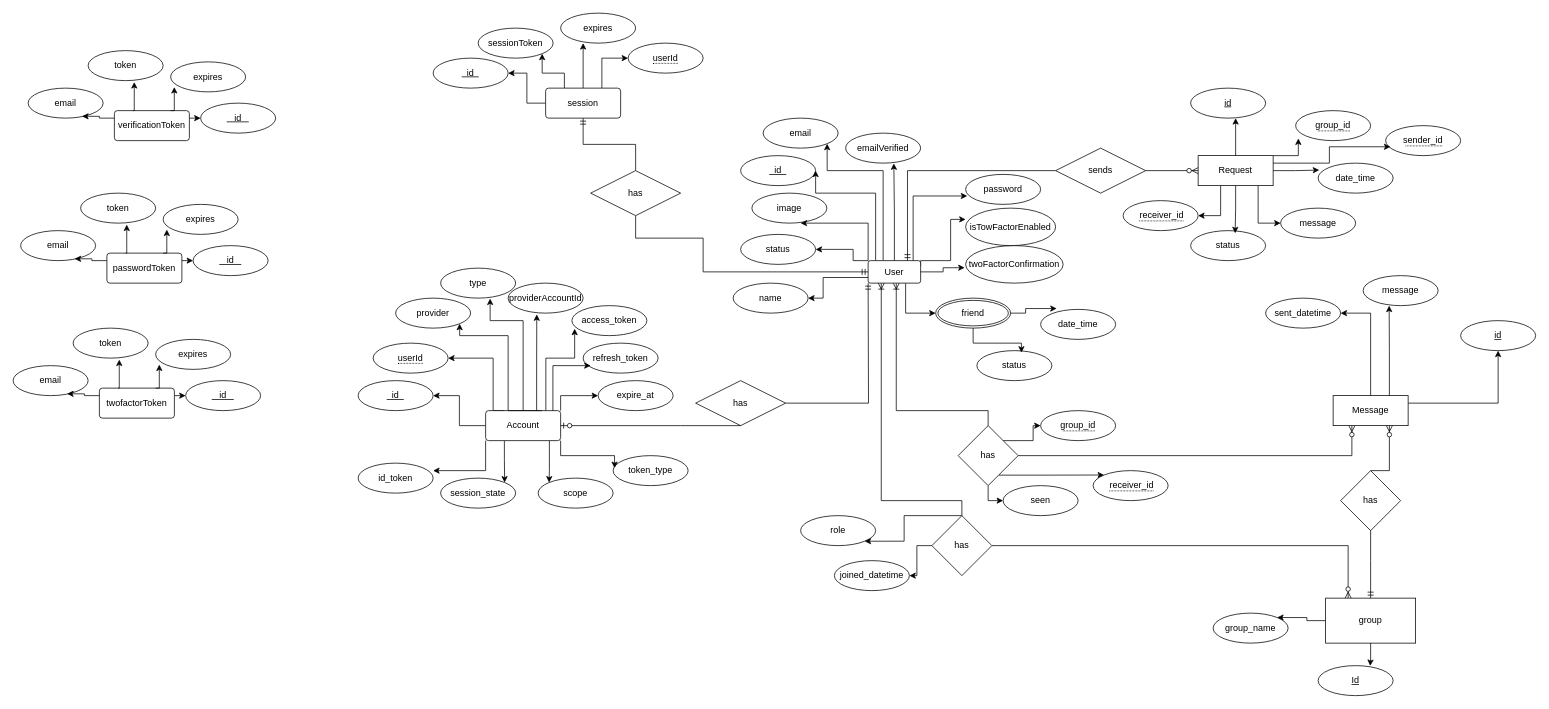
This is projectFiles/ERd.drawio from janaka4345/chatroom2, a draw.io file, before an edit. Source tidied: cells renumbered, new cells numbered last; positions are measured from the earlier drawing's top-left corner, leaving out a move shared by most shapes. Both pictures are drawn from the tidied source at 75%, with x=0, y=0 at pixel (13, 13).
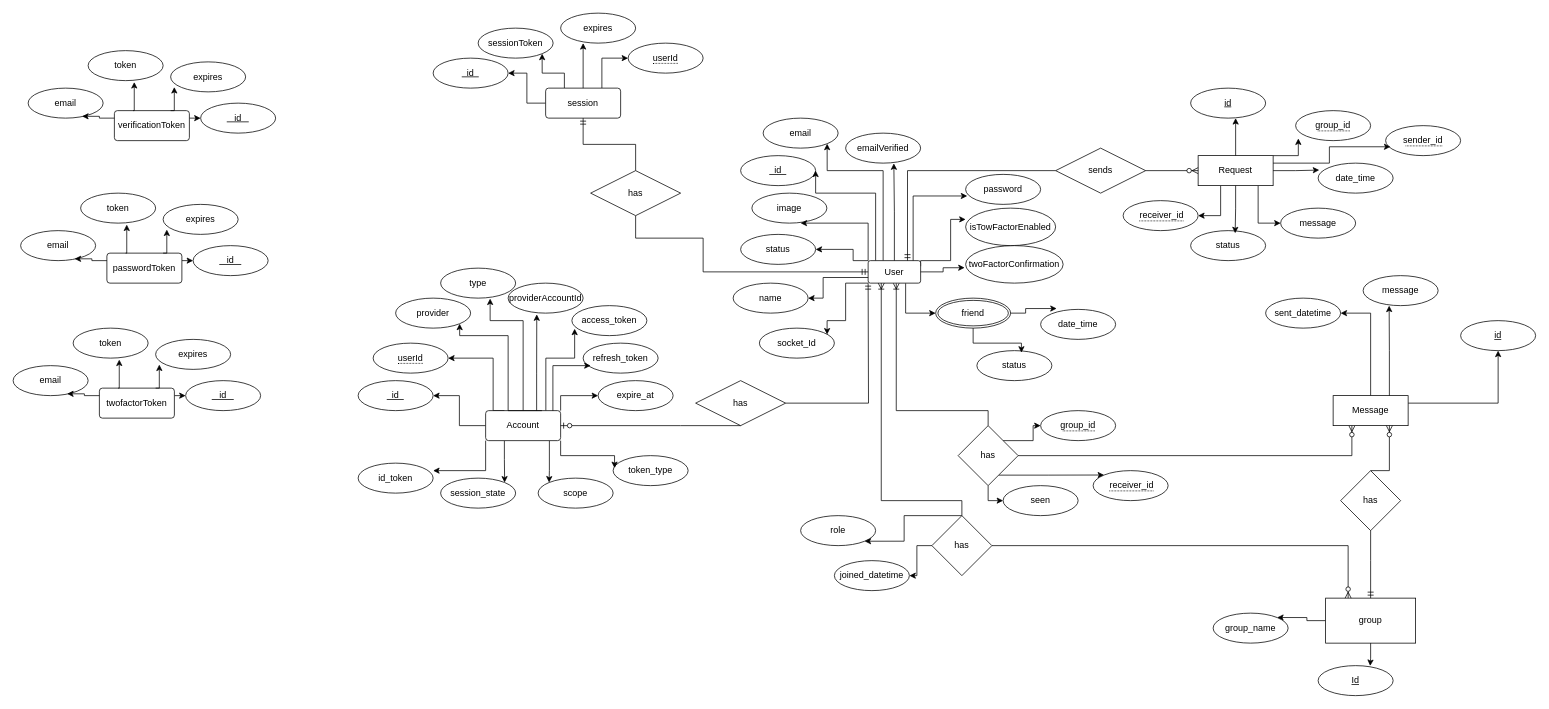
Above is the later version.

The change refers to these unchanged cells:
```xml
<mxCell id="54" value="User" style="rounded=1;arcSize=10;whiteSpace=wrap;html=1;align=center;" parent="1" vertex="1">
  <mxGeometry x="1140" y="330" width="70" height="30" as="geometry" />
</mxCell>
```

Diff of the diagram source:
```diff
@@
+    <mxCell id="143" value="socket_Id" style="ellipse;whiteSpace=wrap;html=1;align=center;" parent="1" vertex="1">
+      <mxGeometry x="995" y="420" width="100" height="40" as="geometry" />
+    </mxCell>
+    <mxCell id="144" style="edgeStyle=orthogonalEdgeStyle;rounded=0;jettySize=auto;html=1;entryX=0.903;entryY=0.212;entryDx=0;entryDy=0;entryPerimeter=0;" parent="1" edge="1" source="54" target="143">
+      <mxGeometry relative="1" as="geometry">
+        <Array as="points">
+          <mxPoint x="1110" y="360" />
+          <mxPoint x="1110" y="410" />
+          <mxPoint x="1085" y="410" />
+        </Array>
+      </mxGeometry>
+    </mxCell>
```
